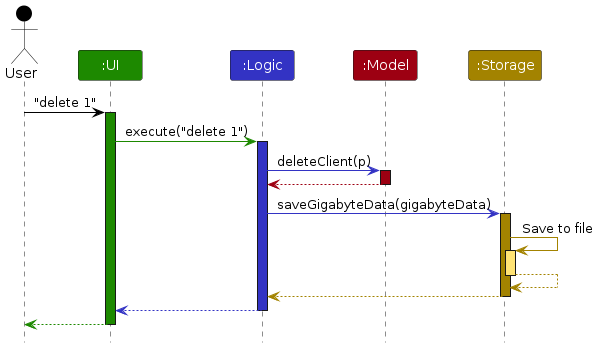
The PlantUML diagram diagrams/ArchitectureSequenceDiagram.png in AY2627S1-CS2103T-W14-4/tp, before a commit. Its source is kept beside it as diagrams/ArchitectureSequenceDiagram.puml.
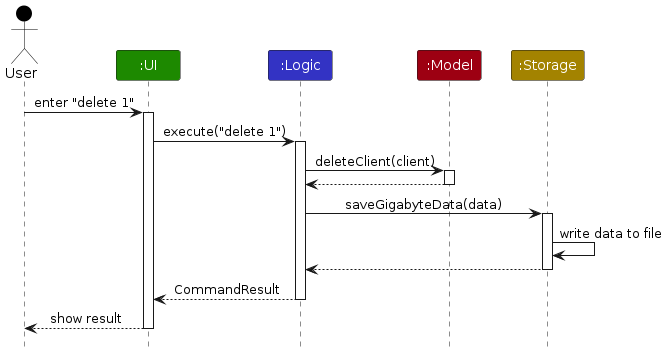
Above is the later version.

The edit, as a diff of the source:
```diff
@@ -2,38 +2,31 @@
 !include style.puml
 skinparam ArrowFontStyle plain
 
-Actor User as user USER_COLOR
-Participant ":UI" as ui UI_COLOR
-Participant ":Logic" as logic LOGIC_COLOR
-Participant ":Model" as model MODEL_COLOR
-Participant ":Storage" as storage STORAGE_COLOR
+actor User as user USER_COLOR
+participant ":UI" as ui UI_COLOR
+participant ":Logic" as logic LOGIC_COLOR
+participant ":Model" as model MODEL_COLOR
+participant ":Storage" as storage STORAGE_COLOR
 
-user -[USER_COLOR]> ui : "delete 1"
-activate ui UI_COLOR
+user -> ui : enter "delete 1"
+activate ui
+ui -> logic : execute("delete 1")
+activate logic
 
-ui -[UI_COLOR]> logic : execute("delete 1")
-activate logic LOGIC_COLOR
-
-logic -[LOGIC_COLOR]> model : deleteClient(p)
-activate model MODEL_COLOR
-
-model -[MODEL_COLOR]-> logic
+logic -> model : deleteClient(client)
+activate model
+model --> logic
 deactivate model
 
-logic -[LOGIC_COLOR]> storage : saveGigabyteData(gigabyteData)
-activate storage STORAGE_COLOR
-
-storage -[STORAGE_COLOR]> storage : Save to file
-activate storage STORAGE_COLOR_T1
-storage --[STORAGE_COLOR]> storage
+logic -> storage : saveGigabyteData(data)
+activate storage
+storage -> storage : write data to file
+storage --> logic
 deactivate storage
 
-storage --[STORAGE_COLOR]> logic
-deactivate storage
+logic --> ui : CommandResult
+deactivate logic
+ui --> user : show result
+deactivate ui
 
-logic --[LOGIC_COLOR]> ui
-deactivate logic
-
-ui--[UI_COLOR]> user
-deactivate ui
 @enduml
```
